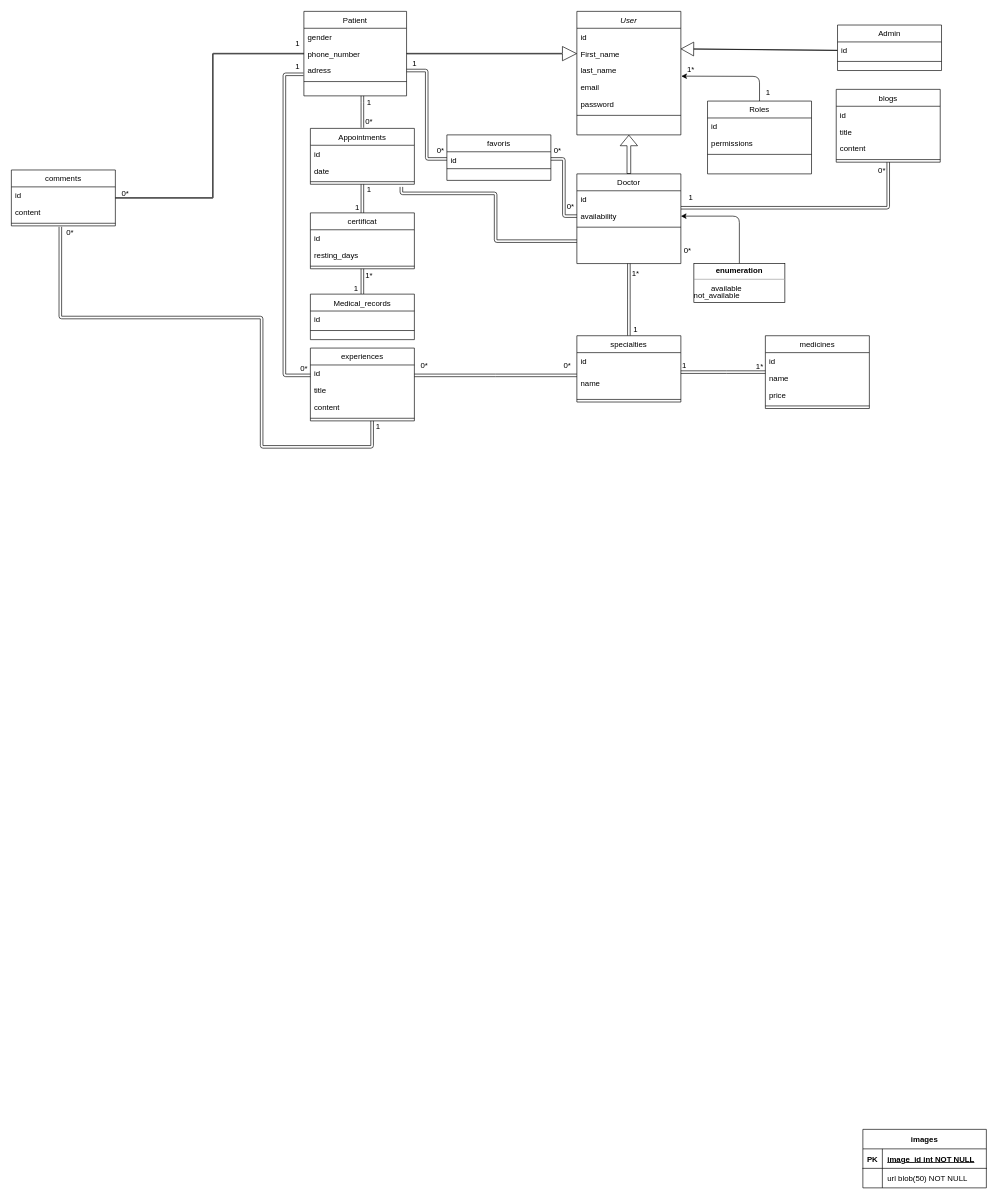
Before: page "Page-1" (1 of 3) of resources/conception/class.drawio in OUMAIMAtakrour/UR_HEALTH, a draw.io diagram. Source tidied: cells renumbered, new cells numbered last; positions are measured from the earlier drawing's top-left corner, leaving out a move shared by most shapes. Both pictures are drawn from the tidied source at 65%, with x=0, y=0 at pixel (11, 11).
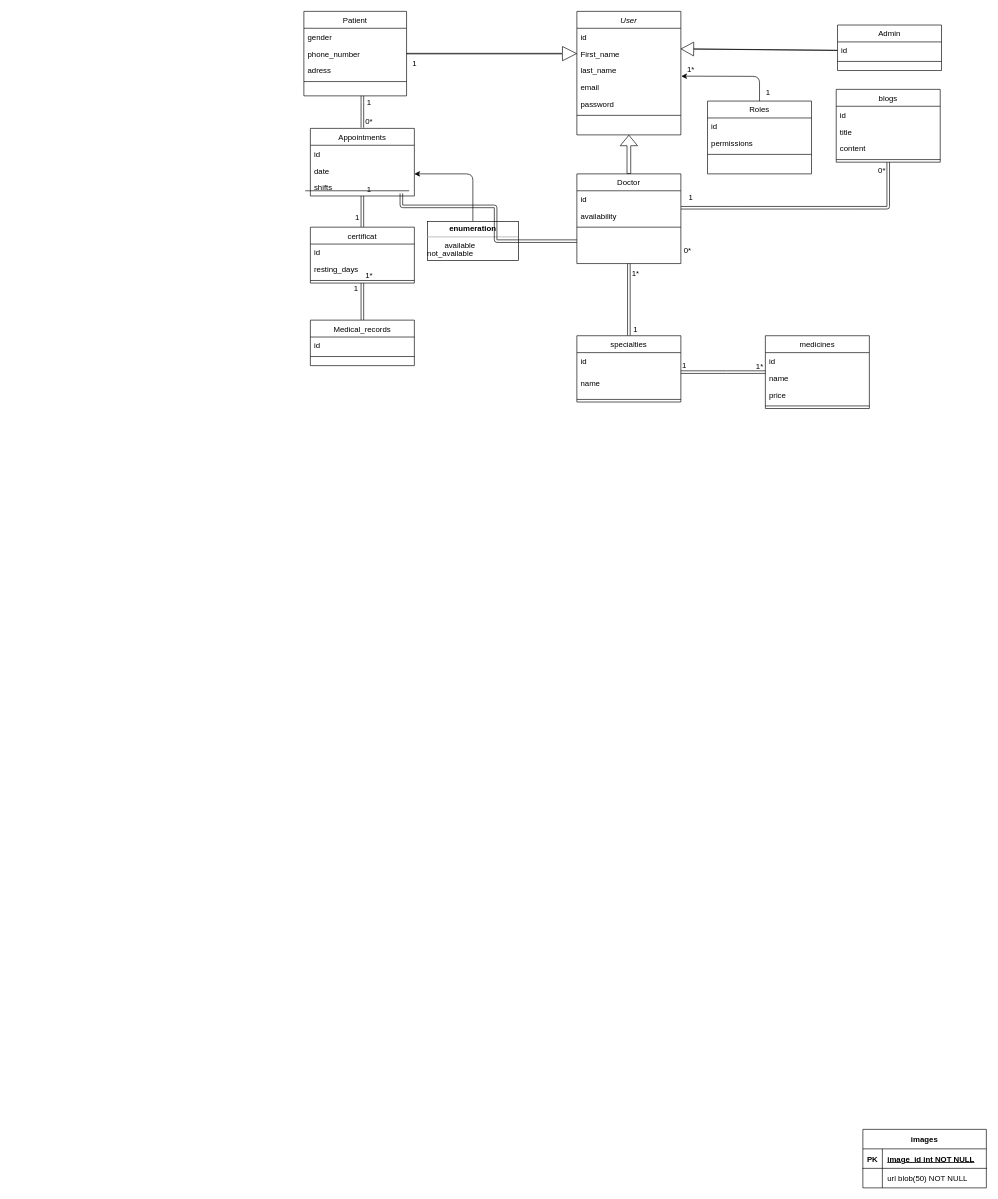
Above is the later version.

Unchanged cells that the change refers to:
```xml
<mxCell id="10" value="Doctor" style="swimlane;fontStyle=0;align=center;verticalAlign=top;horizontal=1;startSize=26;rounded=0;shadow=0;strokeWidth=1;" parent="1" vertex="1">
  <mxGeometry x="870" y="250" width="160" height="138" as="geometry" />
</mxCell>
<mxCell id="12" value="availability" style="text;align=left;verticalAlign=top;spacingLeft=4;spacingRight=4;overflow=hidden;points=[[0,0.5],[1,0.5]];portConstraint=eastwest;" parent="10" vertex="1">
  <mxGeometry y="52" width="160" height="26" as="geometry" />
</mxCell>
<mxCell id="20" value="Patient" style="swimlane;fontStyle=0;align=center;verticalAlign=top;horizontal=1;startSize=26;rounded=0;shadow=0;strokeWidth=1;" parent="1" vertex="1">
  <mxGeometry x="450" width="158" height="130" as="geometry" />
</mxCell>
<mxCell id="23" value="adress" style="text;align=left;verticalAlign=top;spacingLeft=4;spacingRight=4;overflow=hidden;points=[[0,0.5],[1,0.5]];portConstraint=eastwest;rounded=0;shadow=0;html=0;" parent="20" vertex="1">
  <mxGeometry y="78" width="158" height="26" as="geometry" />
</mxCell>
<mxCell id="38" value="specialties" style="swimlane;fontStyle=0;align=center;verticalAlign=top;horizontal=1;startSize=26;rounded=0;shadow=0;strokeWidth=1;" parent="1" vertex="1">
  <mxGeometry x="870" y="499" width="160" height="102" as="geometry" />
</mxCell>
```

Change to the diagram source:
```diff
@@
-    <mxCell id="19" style="edgeStyle=elbowEdgeStyle;shape=link;html=1;width=1;" parent="1" edge="1" source="20" target="51">
-      <mxGeometry relative="1" as="geometry">
-        <Array as="points">
-          <mxPoint x="310" y="200" />
-          <mxPoint x="510" y="40" />
-          <mxPoint x="420" y="150" />
-          <mxPoint x="470" y="30" />
-        </Array>
-      </mxGeometry>
-    </mxCell>
@@
     <mxCell id="44" value="Appointments" style="swimlane;fontStyle=0;align=center;verticalAlign=top;horizontal=1;startSize=26;rounded=0;shadow=0;strokeWidth=1;" parent="1" vertex="1">
-      <mxGeometry x="460" y="180" width="160" height="86" as="geometry" />
+      <mxGeometry x="460" y="180" width="160" height="104" as="geometry" />
     </mxCell>
@@
-    <mxCell id="47" style="line;html=1;strokeWidth=1;align=left;verticalAlign=middle;spacingTop=-1;spacingLeft=3;spacingRight=3;labelPosition=right;" parent="44" vertex="1">
-      <mxGeometry y="78" width="160" height="8" as="geometry" />
-    </mxCell>
-    <mxCell id="48" value="favoris" style="swimlane;fontStyle=0;align=center;verticalAlign=top;horizontal=1;startSize=26;rounded=0;shadow=0;strokeWidth=1;" parent="1" vertex="1">
-      <mxGeometry x="670" y="190" width="160" height="70" as="geometry" />
-    </mxCell>
-    <mxCell id="49" value="id" style="text;align=left;verticalAlign=top;spacingLeft=4;spacingRight=4;overflow=hidden;points=[[0,0.5],[1,0.5]];portConstraint=eastwest;" parent="48" vertex="1">
-      <mxGeometry y="26" width="160" height="22" as="geometry" />
-    </mxCell>
-    <mxCell id="50" style="line;html=1;strokeWidth=1;align=left;verticalAlign=middle;spacingTop=-1;spacingLeft=3;spacingRight=3;labelPosition=right;" parent="48" vertex="1">
-      <mxGeometry y="48" width="160" height="8" as="geometry" />
-    </mxCell>
-    <mxCell id="51" value="comments" style="swimlane;fontStyle=0;align=center;verticalAlign=top;horizontal=1;startSize=26;rounded=0;shadow=0;strokeWidth=1;" parent="1" vertex="1">
-      <mxGeometry y="244" width="160" height="86" as="geometry" />
-    </mxCell>
-    <mxCell id="52" value="id" style="text;align=left;verticalAlign=top;spacingLeft=4;spacingRight=4;overflow=hidden;" parent="51" vertex="1">
-      <mxGeometry y="26" width="160" height="26" as="geometry" />
-    </mxCell>
-    <mxCell id="53" value="content" style="text;align=left;verticalAlign=top;spacingLeft=4;spacingRight=4;overflow=hidden;" parent="51" vertex="1">
-      <mxGeometry y="52" width="160" height="26" as="geometry" />
-    </mxCell>
-    <mxCell id="54" style="line;html=1;strokeWidth=1;align=left;verticalAlign=middle;spacingTop=-1;spacingLeft=3;spacingRight=3;labelPosition=right;" parent="51" vertex="1">
-      <mxGeometry y="78" width="160" height="8" as="geometry" />
-    </mxCell>
-    <mxCell id="55" style="edgeStyle=elbowEdgeStyle;shape=link;elbow=vertical;html=1;" parent="1" edge="1" source="56" target="38">
-      <mxGeometry relative="1" as="geometry" />
-    </mxCell>
-    <mxCell id="56" value="experiences" style="swimlane;fontStyle=0;align=center;verticalAlign=top;horizontal=1;startSize=26;rounded=0;shadow=0;strokeWidth=1;" parent="1" vertex="1">
-      <mxGeometry x="460" y="518" width="160" height="112" as="geometry" />
-    </mxCell>
-    <mxCell id="57" value="id" style="text;align=left;verticalAlign=top;spacingLeft=4;spacingRight=4;overflow=hidden;" parent="56" vertex="1">
-      <mxGeometry y="26" width="160" height="26" as="geometry" />
-    </mxCell>
-    <mxCell id="58" value="title" style="text;align=left;verticalAlign=top;spacingLeft=4;spacingRight=4;overflow=hidden;" parent="56" vertex="1">
-      <mxGeometry y="52" width="160" height="26" as="geometry" />
-    </mxCell>
-    <mxCell id="59" value="content" style="text;align=left;verticalAlign=top;spacingLeft=4;spacingRight=4;overflow=hidden;" parent="56" vertex="1">
-      <mxGeometry y="78" width="160" height="26" as="geometry" />
-    </mxCell>
-    <mxCell id="60" style="line;html=1;strokeWidth=1;align=left;verticalAlign=middle;spacingTop=-1;spacingLeft=3;spacingRight=3;labelPosition=right;" parent="56" vertex="1">
-      <mxGeometry y="104" width="160" height="8" as="geometry" />
-    </mxCell>
+    <mxCell id="115" value="shifts" style="text;align=left;verticalAlign=top;spacingLeft=4;spacingRight=4;overflow=hidden;" parent="44" vertex="1">
+      <mxGeometry y="78" width="160" height="26" as="geometry" />
+    </mxCell>
@@
     <mxCell id="62" value="certificat" style="swimlane;fontStyle=0;align=center;verticalAlign=top;horizontal=1;startSize=26;rounded=0;shadow=0;strokeWidth=1;" parent="1" vertex="1">
-      <mxGeometry x="460" y="310" width="160" height="86" as="geometry" />
+      <mxGeometry x="460" y="332" width="160" height="86" as="geometry" />
     </mxCell>
@@
     <mxCell id="66" value="Medical_records" style="swimlane;fontStyle=0;align=center;verticalAlign=top;horizontal=1;startSize=26;rounded=0;shadow=0;strokeWidth=1;" parent="1" vertex="1">
-      <mxGeometry x="460" y="435" width="160" height="70" as="geometry" />
+      <mxGeometry x="460" y="475" width="160" height="70" as="geometry" />
     </mxCell>
@@
-    <mxCell id="69" style="edgeStyle=orthogonalEdgeStyle;shape=link;elbow=vertical;html=1;exitX=-0.004;exitY=0.723;exitDx=0;exitDy=0;curved=1;exitPerimeter=0;" parent="1" edge="1" source="23">
-      <mxGeometry relative="1" as="geometry">
-        <mxPoint x="460" y="560" as="targetPoint" />
-        <Array as="points">
-          <mxPoint x="420" y="97" />
-          <mxPoint x="420" y="560" />
-          <mxPoint x="460" y="560" />
-        </Array>
-      </mxGeometry>
-    </mxCell>
-    <mxCell id="70" style="edgeStyle=orthogonalEdgeStyle;shape=link;html=1;curved=1;entryX=0.011;entryY=0.214;entryDx=0;entryDy=0;entryPerimeter=0;" parent="1" edge="1" target="82">
-      <mxGeometry relative="1" as="geometry">
-        <mxPoint x="555" y="630" as="sourcePoint" />
-        <Array as="points">
-          <mxPoint x="555" y="670" />
-          <mxPoint x="385" y="670" />
-          <mxPoint x="385" y="471" />
-          <mxPoint x="75" y="471" />
-        </Array>
-      </mxGeometry>
-    </mxCell>
-    <mxCell id="71" style="edgeStyle=orthogonalEdgeStyle;html=1;exitX=0;exitY=0.5;exitDx=0;exitDy=0;entryX=1;entryY=0.5;entryDx=0;entryDy=0;elbow=vertical;shape=link;" parent="1" edge="1" source="49" target="23">
-      <mxGeometry relative="1" as="geometry" />
-    </mxCell>
-    <mxCell id="72" style="edgeStyle=orthogonalEdgeStyle;shape=link;html=1;exitX=1;exitY=0.5;exitDx=0;exitDy=0;entryX=0;entryY=0.5;entryDx=0;entryDy=0;elbow=vertical;" parent="1" edge="1" source="49" target="12">
-      <mxGeometry relative="1" as="geometry" />
-    </mxCell>
@@
-    <mxCell id="79" value="0*" style="text;html=1;align=center;verticalAlign=middle;strokeColor=none;fillColor=none;" parent="1" vertex="1">
-      <mxGeometry x="840" y="530" width="30" height="30" as="geometry" />
-    </mxCell>
-    <mxCell id="80" value="0*" style="text;html=1;align=center;verticalAlign=middle;strokeColor=none;fillColor=none;" parent="1" vertex="1">
-      <mxGeometry x="620" y="530" width="30" height="30" as="geometry" />
-    </mxCell>
-    <mxCell id="81" value="1" style="text;html=1;align=center;verticalAlign=middle;strokeColor=none;fillColor=none;" parent="1" vertex="1">
-      <mxGeometry x="549" y="624" width="30" height="30" as="geometry" />
-    </mxCell>
-    <mxCell id="82" value="0*" style="text;html=1;align=center;verticalAlign=middle;points=[];strokeColor=none;fillColor=none;" parent="1" vertex="1">
-      <mxGeometry x="75" y="325" width="30" height="30" as="geometry" />
-    </mxCell>
-    <mxCell id="83" value="0*" style="text;html=1;align=center;verticalAlign=middle;strokeColor=none;fillColor=none;" parent="1" vertex="1">
-      <mxGeometry x="160" y="265" width="30" height="30" as="geometry" />
-    </mxCell>
-    <mxCell id="84" value="1" style="text;html=1;align=center;verticalAlign=middle;strokeColor=none;fillColor=none;" parent="1" vertex="1">
-      <mxGeometry x="425" y="35" width="30" height="30" as="geometry" />
-    </mxCell>
@@
-    <mxCell id="87" value="0*" style="text;html=1;align=center;verticalAlign=middle;strokeColor=none;fillColor=none;" parent="1" vertex="1">
-      <mxGeometry x="645" y="200" width="30" height="30" as="geometry" />
-    </mxCell>
@@
     <mxCell id="90" value="1" style="text;html=1;align=center;verticalAlign=middle;strokeColor=none;fillColor=none;" parent="1" vertex="1">
-      <mxGeometry x="517" y="287" width="30" height="30" as="geometry" />
+      <mxGeometry x="517" y="302" width="30" height="30" as="geometry" />
     </mxCell>
@@
-    <mxCell id="93" value="0*" style="text;html=1;align=center;verticalAlign=middle;strokeColor=none;fillColor=none;" parent="1" vertex="1">
-      <mxGeometry x="845" y="285" width="30" height="30" as="geometry" />
-    </mxCell>
-    <mxCell id="94" value="0*" style="text;html=1;align=center;verticalAlign=middle;strokeColor=none;fillColor=none;" parent="1" vertex="1">
-      <mxGeometry x="825" y="200" width="30" height="30" as="geometry" />
-    </mxCell>
-    <mxCell id="95" value="0*" style="text;html=1;align=center;verticalAlign=middle;strokeColor=none;fillColor=none;" parent="1" vertex="1">
-      <mxGeometry x="435" y="535" width="30" height="30" as="geometry" />
-    </mxCell>
-    <mxCell id="96" value="1" style="text;html=1;align=center;verticalAlign=middle;strokeColor=none;fillColor=none;" parent="1" vertex="1">
-      <mxGeometry x="425" y="70" width="30" height="30" as="geometry" />
-    </mxCell>
@@
-    <mxCell id="105" style="edgeStyle=none;html=1;" parent="1" edge="1" target="12">
+    <mxCell id="105" style="edgeStyle=none;html=1;" parent="1" edge="1">
       <mxGeometry relative="1" as="geometry">
-        <mxPoint x="1120" y="388" as="sourcePoint" />
+        <mxPoint x="710" y="323" as="sourcePoint" />
+        <mxPoint x="620" y="250" as="targetPoint" />
         <Array as="points">
-          <mxPoint x="1120" y="315" />
+          <mxPoint x="710" y="250" />
         </Array>
       </mxGeometry>
     </mxCell>
     <mxCell id="106" value="&lt;p style=&quot;margin:0px;margin-top:4px;text-align:center;&quot;&gt;&lt;b&gt;enumeration&lt;/b&gt;&lt;/p&gt;&lt;hr size=&quot;1&quot;&gt;&lt;div style=&quot;height:2px;&quot;&gt;&lt;span style=&quot;white-space: pre;&quot;&gt;&#9;&lt;/span&gt;available&lt;/div&gt;&lt;div style=&quot;height:2px;&quot;&gt;&lt;br&gt;&lt;/div&gt;&lt;div style=&quot;height:2px;&quot;&gt;&lt;br&gt;&lt;/div&gt;&lt;div style=&quot;height:2px;&quot;&gt;&lt;br&gt;&lt;/div&gt;&lt;div style=&quot;height:2px;&quot;&gt;&lt;br&gt;&lt;/div&gt;&lt;div style=&quot;height:2px;&quot;&gt;&lt;br&gt;&lt;/div&gt;&lt;div style=&quot;height:2px;&quot;&gt;not_available&lt;/div&gt;" style="verticalAlign=top;align=left;overflow=fill;fontSize=12;fontFamily=Helvetica;html=1;" parent="1" vertex="1">
-      <mxGeometry x="1050" y="388" width="140" height="60" as="geometry" />
+      <mxGeometry x="640" y="323" width="140" height="60" as="geometry" />
     </mxCell>
@@
     <mxCell id="114" style="edgeStyle=orthogonalEdgeStyle;shape=link;html=1;entryX=0;entryY=0.75;entryDx=0;entryDy=0;" parent="1" edge="1" target="10">
       <mxGeometry relative="1" as="geometry">
-        <mxPoint x="600" y="270" as="sourcePoint" />
+        <mxPoint x="600" y="280" as="sourcePoint" />
         <Array as="points">
-          <mxPoint x="600" y="280" />
-          <mxPoint x="745" y="280" />
-          <mxPoint x="745" y="354" />
+          <mxPoint x="600" y="300" />
+          <mxPoint x="745" y="300" />
+          <mxPoint x="745" y="353" />
         </Array>
       </mxGeometry>
     </mxCell>
+    <mxCell id="47" style="line;html=1;strokeWidth=1;align=left;verticalAlign=middle;spacingTop=-1;spacingLeft=3;spacingRight=3;labelPosition=right;" parent="1" vertex="1">
+      <mxGeometry x="452" y="272" width="160" height="8" as="geometry" />
+    </mxCell>
```
